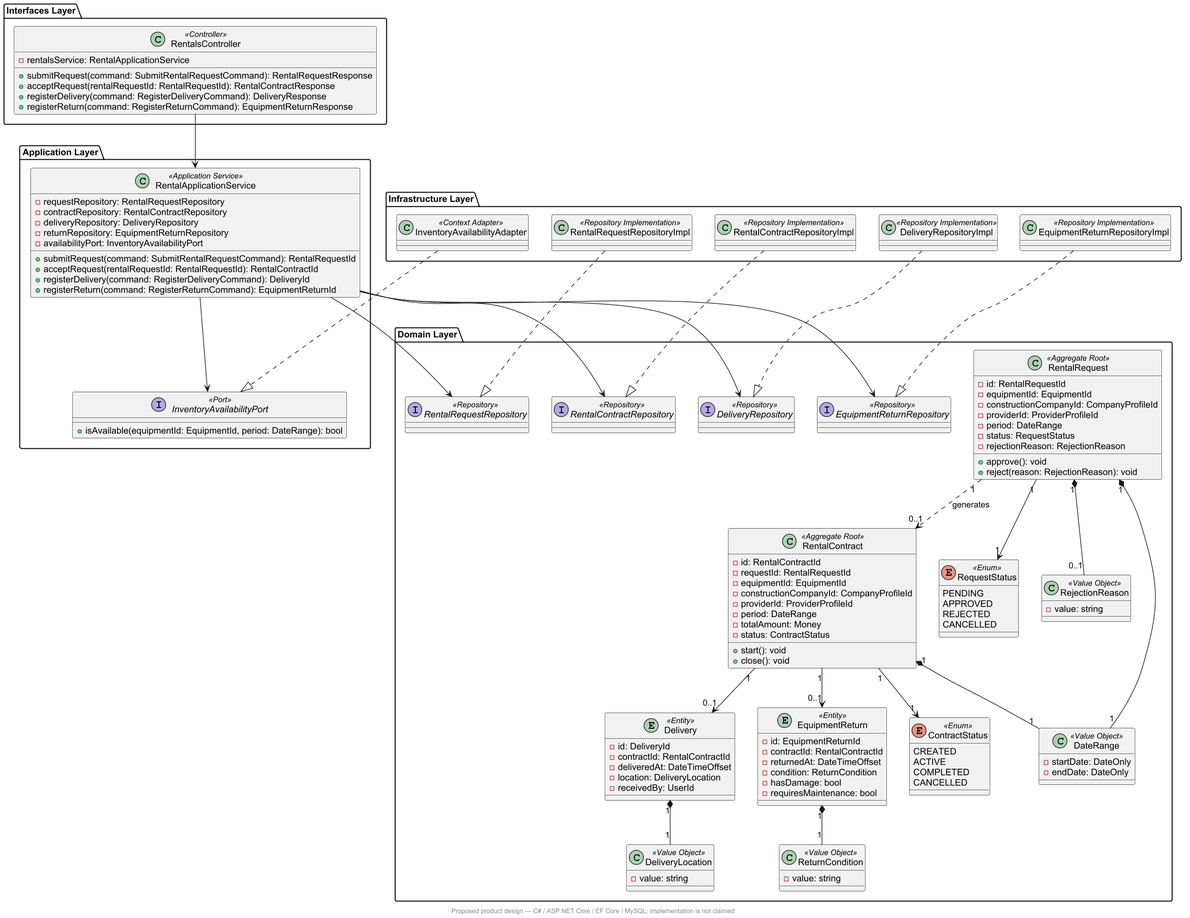
Earlier version of the PlantUML export assets/tb1-reference-design/class-diagram-rentals.png (upc-pre-202620-1asi0730-8093-dataflux/dataflux-project-report). Its diagram source:
```plantuml
@startuml
skinparam backgroundColor white
skinparam shadowing false
skinparam defaultFontName Arial
skinparam dpi 130
package "Interfaces Layer" {
  class RentalsController <<Controller>> {
    - rentalsService: RentalApplicationService
    + submitRequest(command: SubmitRentalRequestCommand): RentalRequestResponse
    + acceptRequest(rentalRequestId: RentalRequestId): RentalContractResponse
    + registerDelivery(command: RegisterDeliveryCommand): DeliveryResponse
    + registerReturn(command: RegisterReturnCommand): EquipmentReturnResponse
  }
}

package "Application Layer" {
  class RentalApplicationService <<Application Service>> {
    - requestRepository: RentalRequestRepository
    - contractRepository: RentalContractRepository
    - deliveryRepository: DeliveryRepository
    - returnRepository: EquipmentReturnRepository
    - availabilityPort: InventoryAvailabilityPort
    + submitRequest(command: SubmitRentalRequestCommand): RentalRequestId
    + acceptRequest(rentalRequestId: RentalRequestId): RentalContractId
    + registerDelivery(command: RegisterDeliveryCommand): DeliveryId
    + registerReturn(command: RegisterReturnCommand): EquipmentReturnId
  }

  interface InventoryAvailabilityPort <<Port>> {
    + isAvailable(equipmentId: EquipmentId, period: DateRange): bool
  }
}

package "Infrastructure Layer" {
  class RentalRequestRepositoryImpl <<Repository Implementation>>
  class RentalContractRepositoryImpl <<Repository Implementation>>
  class DeliveryRepositoryImpl <<Repository Implementation>>
  class EquipmentReturnRepositoryImpl <<Repository Implementation>>
  class InventoryAvailabilityAdapter <<Context Adapter>>
}

package "Domain Layer" {
  class RentalRequest <<Aggregate Root>> {
    - id: RentalRequestId
    - equipmentId: EquipmentId
    - constructionCompanyId: CompanyProfileId
    - providerId: ProviderProfileId
    - period: DateRange
    - status: RequestStatus
    - rejectionReason: RejectionReason
    + approve(): void
    + reject(reason: RejectionReason): void
  }

  class RentalContract <<Aggregate Root>> {
    - id: RentalContractId
    - requestId: RentalRequestId
    - equipmentId: EquipmentId
    - constructionCompanyId: CompanyProfileId
    - providerId: ProviderProfileId
    - period: DateRange
    - totalAmount: Money
    - status: ContractStatus
    + start(): void
    + close(): void
  }

  entity Delivery <<Entity>> {
    - id: DeliveryId
    - contractId: RentalContractId
    - deliveredAt: DateTimeOffset
    - location: DeliveryLocation
    - receivedBy: UserId
  }

  entity EquipmentReturn <<Entity>> {
    - id: EquipmentReturnId
    - contractId: RentalContractId
    - returnedAt: DateTimeOffset
    - condition: ReturnCondition
    - hasDamage: bool
    - requiresMaintenance: bool
  }

  enum RequestStatus <<Enum>> {
    PENDING
    APPROVED
    REJECTED
    CANCELLED
  }

  enum ContractStatus <<Enum>> {
    CREATED
    ACTIVE
    COMPLETED
    CANCELLED
  }

  class RejectionReason <<Value Object>> {
    - value: string
  }
  class ReturnCondition <<Value Object>> {
    - value: string
  }
  class DeliveryLocation <<Value Object>> {
    - value: string
  }
  class DateRange <<Value Object>> {
    - startDate: DateOnly
    - endDate: DateOnly
  }

  interface RentalRequestRepository <<Repository>>
  interface RentalContractRepository <<Repository>>
  interface DeliveryRepository <<Repository>>
  interface EquipmentReturnRepository <<Repository>>
}

RentalsController --> RentalApplicationService
RentalApplicationService --> RentalRequestRepository
RentalApplicationService --> RentalContractRepository
RentalApplicationService --> DeliveryRepository
RentalApplicationService --> EquipmentReturnRepository
RentalApplicationService --> InventoryAvailabilityPort

RentalRequestRepositoryImpl ..|> RentalRequestRepository
RentalContractRepositoryImpl ..|> RentalContractRepository
DeliveryRepositoryImpl ..|> DeliveryRepository
EquipmentReturnRepositoryImpl ..|> EquipmentReturnRepository
InventoryAvailabilityAdapter ..|> InventoryAvailabilityPort

RentalRequest "1" --> "1" RequestStatus
RentalRequest "1" *-- "0..1" RejectionReason
RentalRequest "1" *-- "1" DateRange
RentalContract "1" --> "1" ContractStatus
RentalContract "1" *-- "1" DateRange
RentalContract "1" --> "0..1" Delivery
RentalContract "1" --> "0..1" EquipmentReturn
EquipmentReturn "1" *-- "1" ReturnCondition
Delivery "1" *-- "1" DeliveryLocation
RentalRequest "1" ..> "0..1" RentalContract : generates
footer Proposed product design — C# / ASP.NET Core / EF Core / MySQL; implementation is not claimed
@enduml
```
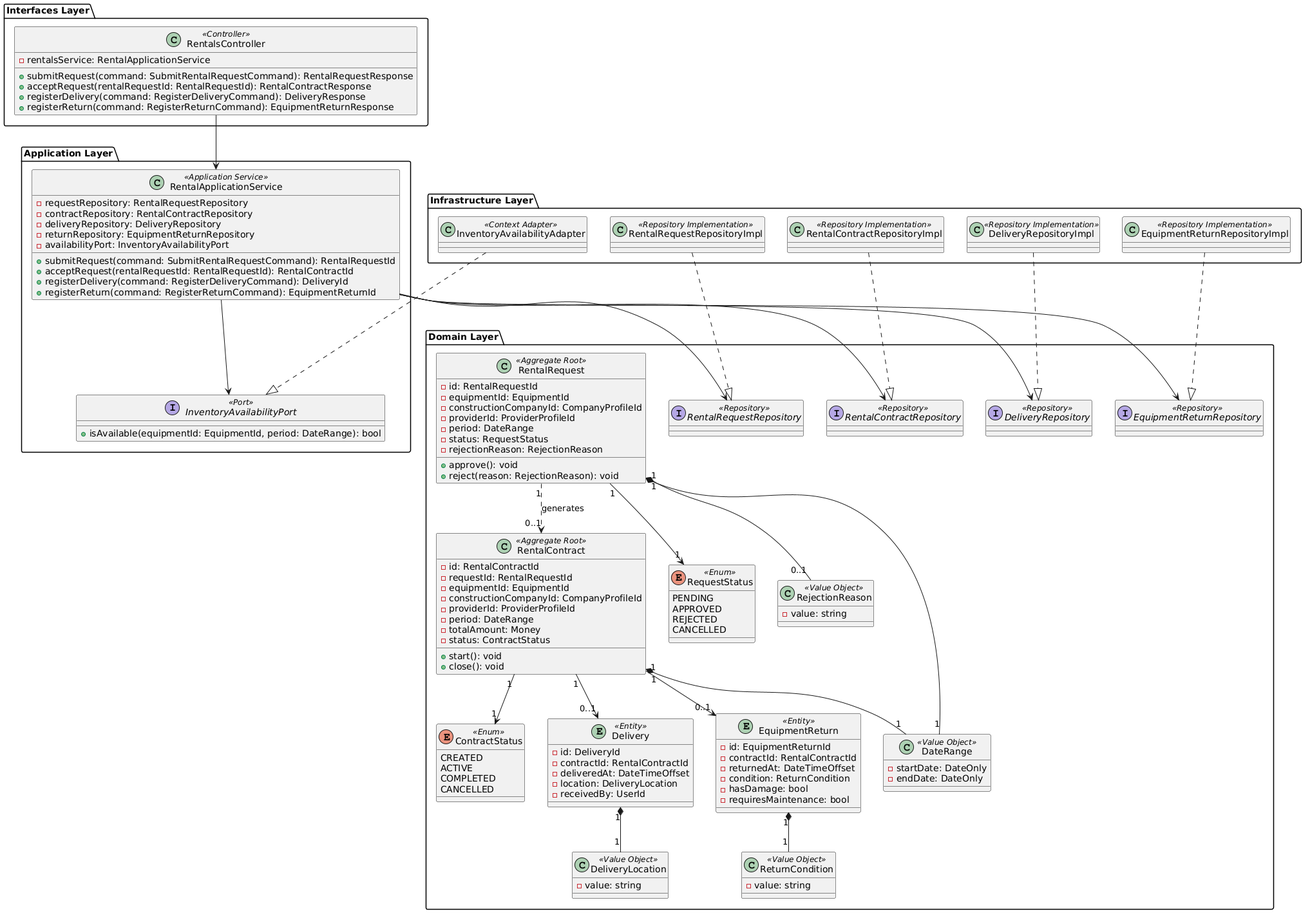
After the commit.

Commit message:
fix(architecture): restore original class models with C# types

What changed in the source:
```diff
@@ -1,8 +1,5 @@
 @startuml
-skinparam backgroundColor white
-skinparam shadowing false
-skinparam defaultFontName Arial
-skinparam dpi 130
+skinparam defaultFontName "DejaVu Sans"
 package "Interfaces Layer" {
   class RentalsController <<Controller>> {
     - rentalsService: RentalApplicationService
@@ -139,5 +136,10 @@
 EquipmentReturn "1" *-- "1" ReturnCondition
 Delivery "1" *-- "1" DeliveryLocation
 RentalRequest "1" ..> "0..1" RentalContract : generates
-footer Proposed product design — C# / ASP.NET Core / EF Core / MySQL; implementation is not claimed
+
+RentalApplicationService -right[hidden]-> InventoryAvailabilityAdapter
+RentalRequest -right[hidden]-> RentalRequestRepository
+RentalRequestRepository -right[hidden]-> RentalContractRepository
+RentalContractRepository -right[hidden]-> DeliveryRepository
+DeliveryRepository -right[hidden]-> EquipmentReturnRepository
 @enduml
```
